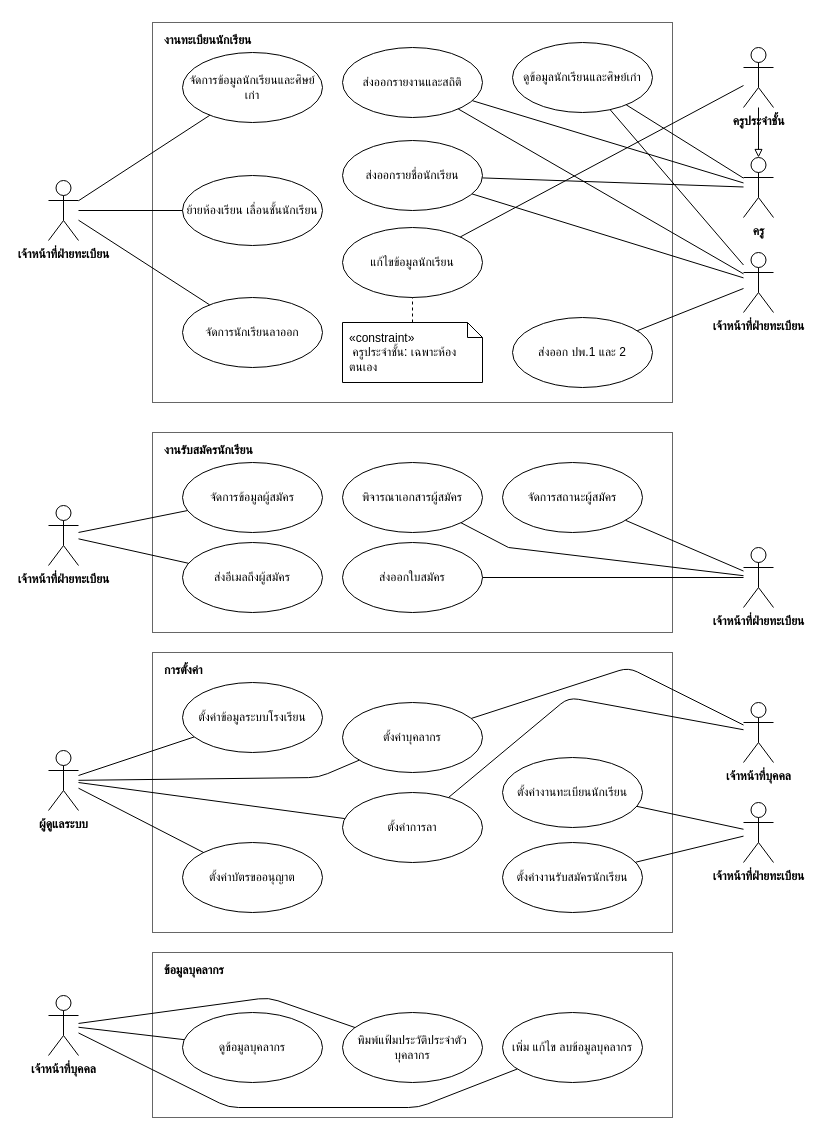
Earlier version of the draw.io diagram page "เล่มรายงาน (A4) แบบกล่องย่อย" (2 of 3) of materials/doc/usecase-merge-all.drawio (RealTiraqmisu/SchoolDark). Source tidied: cells renumbered, new cells numbered last; positions are measured from the earlier drawing's top-left corner, leaving out a move shared by most shapes. Both pictures are drawn from the tidied source at 100%, with x=0, y=0 at pixel (48, 22).
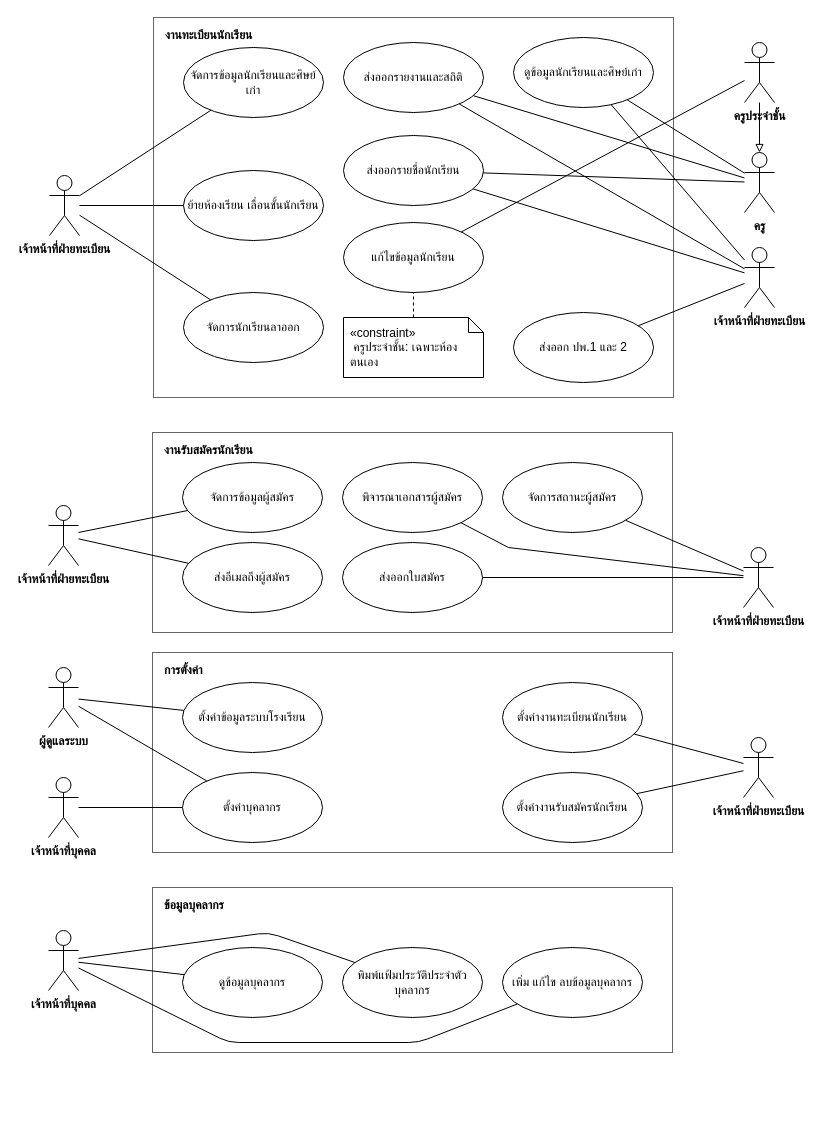
The same page after the edit.

Diff of the diagram source:
```diff
@@
     <mxCell id="2" value="งานทะเบียนนักเรียน" style="rounded=0;whiteSpace=wrap;html=1;fillColor=none;strokeColor=#666666;verticalAlign=top;align=left;spacingLeft=10;spacingTop=4;fontStyle=1;arcSize=6;" parent="1" vertex="1">
-      <mxGeometry x="104" width="520" height="380" as="geometry" />
+      <mxGeometry x="105" y="-5" width="520" height="380" as="geometry" />
     </mxCell>
     <mxCell id="3" value="ดูข้อมูลนักเรียนและศิษย์เก่า" style="ellipse;whiteSpace=wrap;html=1;" parent="1" vertex="1">
-      <mxGeometry x="464" y="20" width="140" height="70" as="geometry" />
+      <mxGeometry x="465" y="15" width="140" height="70" as="geometry" />
     </mxCell>
     <mxCell id="4" value="ส่งออกรายชื่อนักเรียน" style="ellipse;whiteSpace=wrap;html=1;" parent="1" vertex="1">
-      <mxGeometry x="294" y="118" width="140" height="70" as="geometry" />
+      <mxGeometry x="295" y="113" width="140" height="70" as="geometry" />
     </mxCell>
     <mxCell id="5" value="ส่งออกรายงานและสถิติ" style="ellipse;whiteSpace=wrap;html=1;" parent="1" vertex="1">
-      <mxGeometry x="294" y="25" width="140" height="70" as="geometry" />
+      <mxGeometry x="295" y="20" width="140" height="70" as="geometry" />
     </mxCell>
     <mxCell id="6" value="จัดการข้อมูลนักเรียนและศิษย์เก่า" style="ellipse;whiteSpace=wrap;html=1;" parent="1" vertex="1">
-      <mxGeometry x="134" y="30" width="140" height="70" as="geometry" />
+      <mxGeometry x="135" y="25" width="140" height="70" as="geometry" />
     </mxCell>
     <mxCell id="7" value="ย้ายห้องเรียน เลื่อนชั้นนักเรียน" style="ellipse;whiteSpace=wrap;html=1;" parent="1" vertex="1">
-      <mxGeometry x="134" y="153" width="140" height="70" as="geometry" />
+      <mxGeometry x="135" y="148" width="140" height="70" as="geometry" />
     </mxCell>
     <mxCell id="8" value="จัดการนักเรียนลาออก" style="ellipse;whiteSpace=wrap;html=1;" parent="1" vertex="1">
-      <mxGeometry x="134" y="275" width="140" height="70" as="geometry" />
+      <mxGeometry x="135" y="270" width="140" height="70" as="geometry" />
     </mxCell>
     <mxCell id="9" value="ส่งออก ปพ.1 และ 2" style="ellipse;whiteSpace=wrap;html=1;" parent="1" vertex="1">
-      <mxGeometry x="464" y="295" width="140" height="70" as="geometry" />
+      <mxGeometry x="465" y="290" width="140" height="70" as="geometry" />
     </mxCell>
     <mxCell id="10" value="แก้ไขข้อมูลนักเรียน" style="ellipse;whiteSpace=wrap;html=1;" parent="1" vertex="1">
-      <mxGeometry x="294" y="205" width="140" height="70" as="geometry" />
+      <mxGeometry x="295" y="200" width="140" height="70" as="geometry" />
     </mxCell>
     <mxCell id="11" value="«constraint»&#10; ครูประจำชั้น: เฉพาะห้องตนเอง" style="shape=note;size=15;spacingLeft=5;align=left;whiteSpace=wrap;" parent="1" vertex="1">
-      <mxGeometry x="294" y="300" width="140" height="60" as="geometry" />
+      <mxGeometry x="295" y="295" width="140" height="60" as="geometry" />
     </mxCell>
     <mxCell id="12" value="&lt;b&gt;เจ้าหน้าที่ฝ่ายทะเบียน&lt;/b&gt;" style="shape=umlActor;html=1;verticalLabelPosition=bottom;verticalAlign=top;align=center;" parent="1" vertex="1">
-      <mxGeometry y="158" width="30" height="60" as="geometry" />
+      <mxGeometry x="1" y="153" width="30" height="60" as="geometry" />
     </mxCell>
@@
     <mxCell id="16" value="&lt;b&gt;เจ้าหน้าที่ฝ่ายทะเบียน&lt;/b&gt;" style="shape=umlActor;html=1;verticalLabelPosition=bottom;verticalAlign=top;align=center;" parent="1" vertex="1">
-      <mxGeometry x="695" y="230" width="30" height="60" as="geometry" />
+      <mxGeometry x="696" y="225" width="30" height="60" as="geometry" />
     </mxCell>
@@
     <mxCell id="21" value="&lt;b&gt;ครูประจำชั้น&lt;/b&gt;" style="shape=umlActor;html=1;verticalLabelPosition=bottom;verticalAlign=top;align=center;" parent="1" vertex="1">
-      <mxGeometry x="695" y="25" width="30" height="60" as="geometry" />
+      <mxGeometry x="696" y="20" width="30" height="60" as="geometry" />
     </mxCell>
     <mxCell id="22" value="&lt;b&gt;ครู&lt;/b&gt;" style="shape=umlActor;html=1;verticalLabelPosition=bottom;verticalAlign=top;align=center;" parent="1" vertex="1">
-      <mxGeometry x="695" y="135" width="30" height="60" as="geometry" />
+      <mxGeometry x="696" y="130" width="30" height="60" as="geometry" />
     </mxCell>
@@
     <mxCell id="42" value="การตั้งค่า" style="rounded=0;whiteSpace=wrap;html=1;fillColor=none;strokeColor=#666666;verticalAlign=top;align=left;spacingLeft=10;spacingTop=4;fontStyle=1;arcSize=6;" parent="1" vertex="1">
-      <mxGeometry x="104" y="630" width="520" height="280" as="geometry" />
+      <mxGeometry x="104" y="630" width="520" height="200" as="geometry" />
     </mxCell>
@@
     <mxCell id="44" value="ตั้งค่าบุคลากร" style="ellipse;whiteSpace=wrap;html=1;" parent="1" vertex="1">
-      <mxGeometry x="294" y="680" width="140" height="70" as="geometry" />
+      <mxGeometry x="134" y="750" width="140" height="70" as="geometry" />
     </mxCell>
-    <mxCell id="45" value="ตั้งค่าการลา" style="ellipse;whiteSpace=wrap;html=1;" parent="1" vertex="1">
-      <mxGeometry x="294" y="770" width="140" height="70" as="geometry" />
-    </mxCell>
-    <mxCell id="46" value="ตั้งค่าบัตรขออนุญาต" style="ellipse;whiteSpace=wrap;html=1;" parent="1" vertex="1">
-      <mxGeometry x="134" y="820" width="140" height="70" as="geometry" />
-    </mxCell>
     <mxCell id="47" value="ตั้งค่างานทะเบียนนักเรียน" style="ellipse;whiteSpace=wrap;html=1;" parent="1" vertex="1">
-      <mxGeometry x="454" y="735" width="140" height="70" as="geometry" />
+      <mxGeometry x="454" y="660" width="140" height="70" as="geometry" />
     </mxCell>
     <mxCell id="48" value="ตั้งค่างานรับสมัครนักเรียน" style="ellipse;whiteSpace=wrap;html=1;" parent="1" vertex="1">
-      <mxGeometry x="454" y="820" width="140" height="70" as="geometry" />
+      <mxGeometry x="454" y="750" width="140" height="70" as="geometry" />
     </mxCell>
     <mxCell id="49" value="&lt;b&gt;ผู้ดูแลระบบ&lt;/b&gt;" style="shape=umlActor;html=1;verticalLabelPosition=bottom;verticalAlign=top;align=center;" parent="1" vertex="1">
-      <mxGeometry y="728" width="30" height="60" as="geometry" />
+      <mxGeometry y="645" width="30" height="60" as="geometry" />
     </mxCell>
@@
-    <mxCell id="51" style="edgeStyle=none;html=1;endArrow=none;endFill=0;" parent="1" edge="1" source="44" target="49">
-      <mxGeometry relative="1" as="geometry">
-        <Array as="points">
-          <mxPoint x="270" y="755" />
-        </Array>
-      </mxGeometry>
+    <mxCell id="51" style="html=1;endArrow=none;endFill=0;" parent="1" edge="1" source="44" target="49">
+      <mxGeometry relative="1" as="geometry" />
     </mxCell>
-    <mxCell id="52" style="edgeStyle=none;html=1;endArrow=none;endFill=0;" parent="1" edge="1" source="45" target="49">
-      <mxGeometry relative="1" as="geometry" />
-    </mxCell>
-    <mxCell id="53" style="edgeStyle=none;html=1;endArrow=none;endFill=0;" parent="1" edge="1" source="46" target="49">
-      <mxGeometry relative="1" as="geometry" />
-    </mxCell>
     <mxCell id="54" value="เจ้าหน้าที่บุคคล" style="shape=umlActor;verticalLabelPosition=bottom;verticalAlign=top;html=1;outlineConnect=0;whiteSpace=nowrap;fontSize=12;fontStyle=1;" parent="1" vertex="1">
-      <mxGeometry x="695" y="680" width="30" height="60" as="geometry" />
+      <mxGeometry y="755" width="30" height="60" as="geometry" />
     </mxCell>
-    <mxCell id="55" style="edgeStyle=none;html=1;endArrow=none;endFill=0;" parent="1" edge="1" source="44" target="54">
-      <mxGeometry relative="1" as="geometry">
-        <Array as="points">
-          <mxPoint x="580" y="645" />
-        </Array>
-      </mxGeometry>
+    <mxCell id="55" style="html=1;endArrow=none;endFill=0;" parent="1" edge="1" source="44" target="54">
+      <mxGeometry relative="1" as="geometry" />
     </mxCell>
-    <mxCell id="56" style="edgeStyle=none;html=1;endArrow=none;endFill=0;" parent="1" edge="1" source="45" target="54">
-      <mxGeometry relative="1" as="geometry">
-        <Array as="points">
-          <mxPoint x="520" y="675" />
-        </Array>
-      </mxGeometry>
-    </mxCell>
     <mxCell id="57" value="&lt;b&gt;เจ้าหน้าที่ฝ่ายทะเบียน&lt;/b&gt;" style="shape=umlActor;html=1;verticalLabelPosition=bottom;verticalAlign=top;align=center;" parent="1" vertex="1">
-      <mxGeometry x="695" y="780" width="30" height="60" as="geometry" />
+      <mxGeometry x="695" y="715" width="30" height="60" as="geometry" />
     </mxCell>
@@
     <mxCell id="60" value="ข้อมูลบุคลากร" style="rounded=0;whiteSpace=wrap;html=1;fillColor=none;strokeColor=#666666;verticalAlign=top;align=left;spacingLeft=10;spacingTop=4;fontStyle=1;arcSize=6;" parent="1" vertex="1">
-      <mxGeometry x="104" y="930" width="520" height="165" as="geometry" />
+      <mxGeometry x="104" y="865" width="520" height="165" as="geometry" />
     </mxCell>
     <mxCell id="61" value="ดูข้อมูลบุคลากร" style="ellipse;whiteSpace=wrap;html=1;" parent="1" vertex="1">
-      <mxGeometry x="134" y="990" width="140" height="70" as="geometry" />
+      <mxGeometry x="134" y="925" width="140" height="70" as="geometry" />
     </mxCell>
     <mxCell id="62" value="เพิ่ม แก้ไข ลบข้อมูลบุคลากร" style="ellipse;whiteSpace=wrap;html=1;" parent="1" vertex="1">
-      <mxGeometry x="454" y="990" width="140" height="70" as="geometry" />
+      <mxGeometry x="454" y="925" width="140" height="70" as="geometry" />
     </mxCell>
     <mxCell id="63" value="พิมพ์แฟ้มประวัติประจำตัวบุคลากร" style="ellipse;whiteSpace=wrap;html=1;" parent="1" vertex="1">
-      <mxGeometry x="294" y="990" width="140" height="70" as="geometry" />
+      <mxGeometry x="294" y="925" width="140" height="70" as="geometry" />
     </mxCell>
     <mxCell id="64" value="เจ้าหน้าที่บุคคล" style="shape=umlActor;verticalLabelPosition=bottom;verticalAlign=top;html=1;outlineConnect=0;whiteSpace=nowrap;fontSize=12;fontStyle=1;" parent="1" vertex="1">
-      <mxGeometry y="973" width="30" height="60" as="geometry" />
+      <mxGeometry y="908" width="30" height="60" as="geometry" />
     </mxCell>
@@
     <mxCell id="66" style="edgeStyle=none;html=1;endArrow=none;endFill=0;" parent="1" edge="1" source="62" target="64">
       <mxGeometry relative="1" as="geometry">
         <Array as="points">
-          <mxPoint x="370" y="1085" />
-          <mxPoint x="180" y="1085" />
+          <mxPoint x="370" y="1020" />
+          <mxPoint x="180" y="1020" />
         </Array>
       </mxGeometry>
     </mxCell>
     <mxCell id="67" style="edgeStyle=none;html=1;endArrow=none;endFill=0;" parent="1" edge="1" source="63" target="64">
       <mxGeometry relative="1" as="geometry">
         <Array as="points">
-          <mxPoint x="220" y="975" />
+          <mxPoint x="220" y="910" />
         </Array>
       </mxGeometry>
     </mxCell>
```
